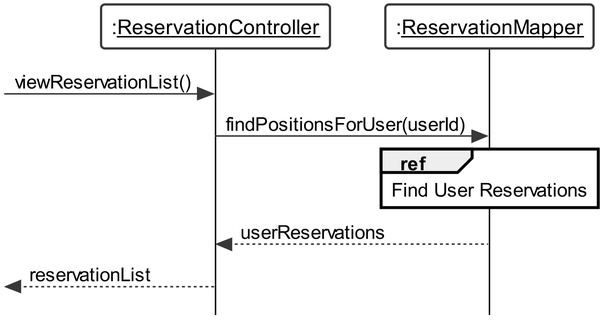
Earlier version of the PlantUML export Documentation/plantuml/SD_UC07.png (wolfcall/Tyrell-Corp).
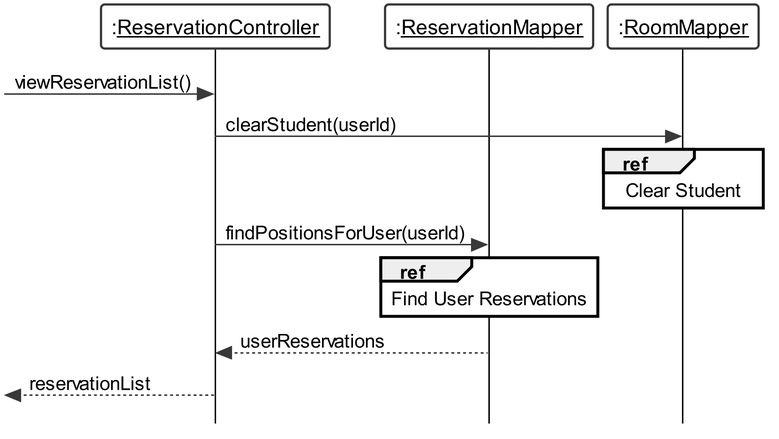
After the change.

What changed in the source:
```diff
@@ -29,8 +29,12 @@
 
 participant ":__ReservationController__" as rController
 participant ":__ReservationMapper__" as rMapper
+participant ":__RoomMapper__" as roMapper
 
 [-> rController: viewReservationList()
+
+rController -> roMapper : clearStudent(userId)
+ref over roMapper : Clear Student
 
 rController -> rMapper : findPositionsForUser(userId)
 ref over rMapper : Find User Reservations
```
